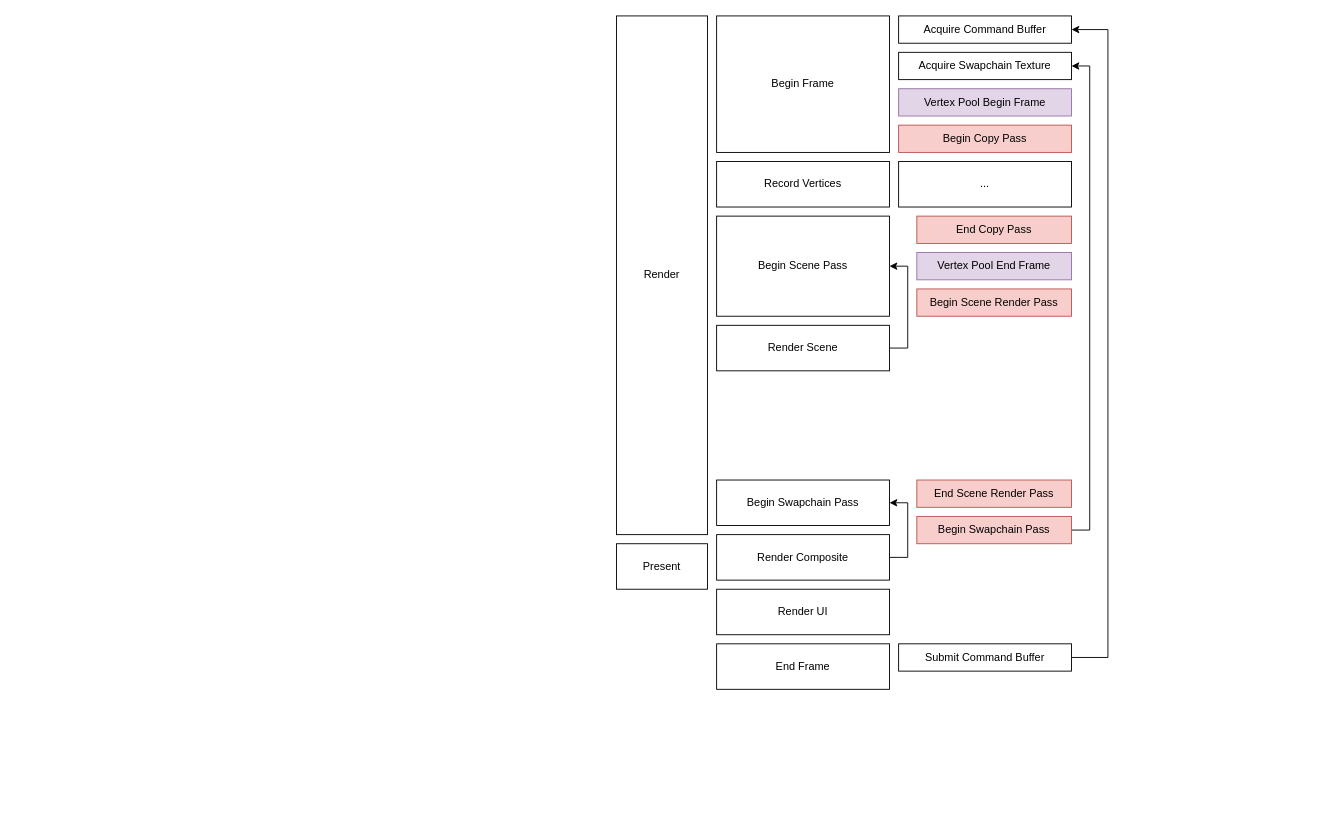
This is page "Page-3" (3 of 3) of docs/architecture.drawio from krummja/Simulacrum, a draw.io file, before an edit. Source tidied: cells renumbered, new cells numbered last; positions are measured from the earlier drawing's top-left corner, leaving out a move shared by most shapes. Both pictures are drawn from the tidied source at 91%, with x=0, y=0 at pixel (616, 15).
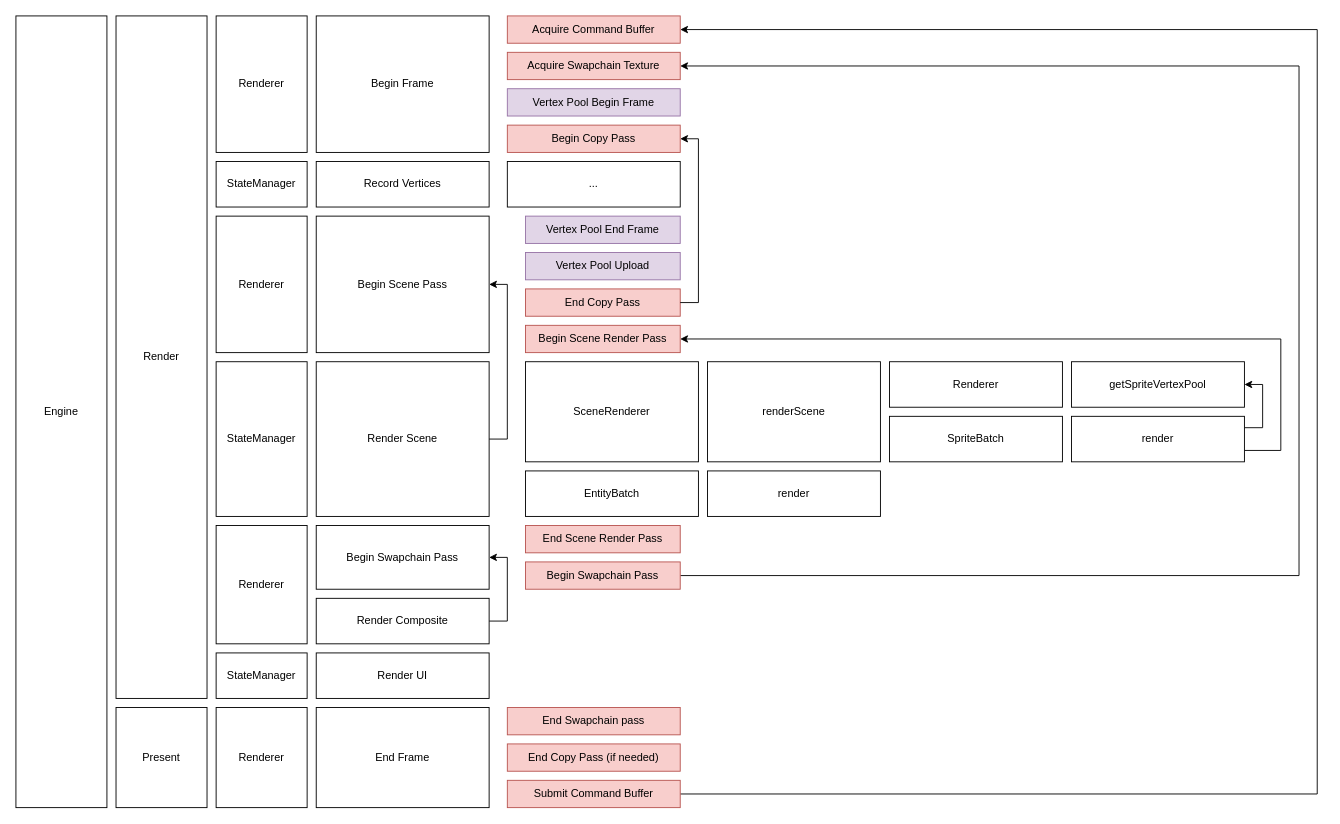
The same diagram, later.

The edit, as a diff of the source:
```diff
@@
     <mxCell id="2" value="Render" style="rounded=0;whiteSpace=wrap;html=1;strokeColor=default;align=center;verticalAlign=middle;fontFamily=Operator Mono Light;fontSize=12;fontColor=default;fillColor=default;" parent="1" vertex="1">
-      <mxGeometry width="100" height="570" as="geometry" />
+      <mxGeometry x="-550" width="100" height="750" as="geometry" />
     </mxCell>
     <mxCell id="3" value="Begin Frame" style="rounded=0;whiteSpace=wrap;html=1;strokeColor=default;align=center;verticalAlign=middle;fontFamily=Operator Mono Light;fontSize=12;fontColor=default;fillColor=default;" parent="1" vertex="1">
-      <mxGeometry x="110" width="190" height="150" as="geometry" />
+      <mxGeometry x="-330" width="190" height="150" as="geometry" />
     </mxCell>
     <mxCell id="4" value="Record Vertices" style="rounded=0;whiteSpace=wrap;html=1;strokeColor=default;align=center;verticalAlign=middle;fontFamily=Operator Mono Light;fontSize=12;fontColor=default;fillColor=default;" parent="1" vertex="1">
-      <mxGeometry x="110" y="160" width="190" height="50" as="geometry" />
+      <mxGeometry x="-330" y="160" width="190" height="50" as="geometry" />
     </mxCell>
     <mxCell id="5" value="Begin Scene Pass" style="rounded=0;whiteSpace=wrap;html=1;strokeColor=default;align=center;verticalAlign=middle;fontFamily=Operator Mono Light;fontSize=12;fontColor=default;fillColor=default;" parent="1" vertex="1">
-      <mxGeometry x="110" y="220" width="190" height="110" as="geometry" />
+      <mxGeometry x="-330" y="220" width="190" height="150" as="geometry" />
     </mxCell>
@@
     <mxCell id="7" value="Render Scene" style="rounded=0;whiteSpace=wrap;html=1;strokeColor=default;align=center;verticalAlign=middle;fontFamily=Operator Mono Light;fontSize=12;fontColor=default;fillColor=default;" parent="1" vertex="1">
-      <mxGeometry x="110" y="340" width="190" height="50" as="geometry" />
+      <mxGeometry x="-330" y="380" width="190" height="170" as="geometry" />
     </mxCell>
     <mxCell id="8" value="Begin Swapchain Pass" style="rounded=0;whiteSpace=wrap;html=1;strokeColor=default;align=center;verticalAlign=middle;fontFamily=Operator Mono Light;fontSize=12;fontColor=default;fillColor=default;" parent="1" vertex="1">
-      <mxGeometry x="110" y="510" width="190" height="50" as="geometry" />
+      <mxGeometry x="-330" y="560" width="190" height="70" as="geometry" />
     </mxCell>
@@
     <mxCell id="10" value="Render Composite" style="rounded=0;whiteSpace=wrap;html=1;strokeColor=default;align=center;verticalAlign=middle;fontFamily=Operator Mono Light;fontSize=12;fontColor=default;fillColor=default;" parent="1" vertex="1">
-      <mxGeometry x="110" y="570" width="190" height="50" as="geometry" />
+      <mxGeometry x="-330" y="640" width="190" height="50" as="geometry" />
     </mxCell>
     <mxCell id="11" value="Render UI" style="rounded=0;whiteSpace=wrap;html=1;strokeColor=default;align=center;verticalAlign=middle;fontFamily=Operator Mono Light;fontSize=12;fontColor=default;fillColor=default;" parent="1" vertex="1">
-      <mxGeometry x="110" y="630" width="190" height="50" as="geometry" />
+      <mxGeometry x="-330" y="700" width="190" height="50" as="geometry" />
     </mxCell>
     <mxCell id="12" value="End Frame" style="rounded=0;whiteSpace=wrap;html=1;strokeColor=default;align=center;verticalAlign=middle;fontFamily=Operator Mono Light;fontSize=12;fontColor=default;fillColor=default;" parent="1" vertex="1">
-      <mxGeometry x="110" y="690" width="190" height="50" as="geometry" />
+      <mxGeometry x="-330" y="760" width="190" height="110" as="geometry" />
     </mxCell>
     <mxCell id="13" value="Present" style="rounded=0;whiteSpace=wrap;html=1;strokeColor=default;align=center;verticalAlign=middle;fontFamily=Operator Mono Light;fontSize=12;fontColor=default;fillColor=default;" parent="1" vertex="1">
-      <mxGeometry y="580" width="100" height="50" as="geometry" />
+      <mxGeometry x="-550" y="760" width="100" height="110" as="geometry" />
     </mxCell>
-    <mxCell id="14" value="Acquire Command Buffer" style="rounded=0;whiteSpace=wrap;html=1;strokeColor=default;align=center;verticalAlign=middle;fontFamily=Operator Mono Light;fontSize=12;fontColor=default;fillColor=default;" parent="1" vertex="1">
-      <mxGeometry x="310" width="190" height="30" as="geometry" />
+    <mxCell id="14" value="Acquire Command Buffer" style="rounded=0;whiteSpace=wrap;html=1;strokeColor=#b85450;align=center;verticalAlign=middle;fontFamily=Operator Mono Light;fontSize=12;fillColor=#f8cecc;" parent="1" vertex="1">
+      <mxGeometry x="-120" width="190" height="30" as="geometry" />
     </mxCell>
-    <mxCell id="15" value="Acquire Swapchain Texture" style="rounded=0;whiteSpace=wrap;html=1;strokeColor=default;align=center;verticalAlign=middle;fontFamily=Operator Mono Light;fontSize=12;fontColor=default;fillColor=default;" parent="1" vertex="1">
-      <mxGeometry x="310" y="40" width="190" height="30" as="geometry" />
+    <mxCell id="15" value="Acquire Swapchain Texture" style="rounded=0;whiteSpace=wrap;html=1;strokeColor=#b85450;align=center;verticalAlign=middle;fontFamily=Operator Mono Light;fontSize=12;fillColor=#f8cecc;" parent="1" vertex="1">
+      <mxGeometry x="-120" y="40" width="190" height="30" as="geometry" />
     </mxCell>
     <mxCell id="16" value="Vertex Pool Begin Frame" style="rounded=0;whiteSpace=wrap;html=1;strokeColor=#9673a6;align=center;verticalAlign=middle;fontFamily=Operator Mono Light;fontSize=12;fillColor=#e1d5e7;" parent="1" vertex="1">
-      <mxGeometry x="310" y="80" width="190" height="30" as="geometry" />
+      <mxGeometry x="-120" y="80" width="190" height="30" as="geometry" />
     </mxCell>
     <mxCell id="17" value="Begin Copy Pass" style="rounded=0;whiteSpace=wrap;html=1;strokeColor=#b85450;align=center;verticalAlign=middle;fontFamily=Operator Mono Light;fontSize=12;fillColor=#f8cecc;" parent="1" vertex="1">
-      <mxGeometry x="310" y="120" width="190" height="30" as="geometry" />
+      <mxGeometry x="-120" y="120" width="190" height="30" as="geometry" />
     </mxCell>
     <mxCell id="18" value="End Copy Pass" style="rounded=0;whiteSpace=wrap;html=1;strokeColor=#b85450;align=center;verticalAlign=middle;fontFamily=Operator Mono Light;fontSize=12;fillColor=#f8cecc;" parent="1" vertex="1">
-      <mxGeometry x="330" y="220" width="170" height="30" as="geometry" />
+      <mxGeometry x="-100" y="300" width="170" height="30" as="geometry" />
     </mxCell>
     <mxCell id="19" value="..." style="rounded=0;whiteSpace=wrap;html=1;strokeColor=default;align=center;verticalAlign=middle;fontFamily=Operator Mono Light;fontSize=12;fontColor=default;fillColor=default;" parent="1" vertex="1">
-      <mxGeometry x="310" y="160" width="190" height="50" as="geometry" />
+      <mxGeometry x="-120" y="160" width="190" height="50" as="geometry" />
     </mxCell>
     <mxCell id="20" value="Begin Scene Render Pass" style="rounded=0;whiteSpace=wrap;html=1;strokeColor=#b85450;align=center;verticalAlign=middle;fontFamily=Operator Mono Light;fontSize=12;fillColor=#f8cecc;" parent="1" vertex="1">
-      <mxGeometry x="330" y="300" width="170" height="30" as="geometry" />
+      <mxGeometry x="-100" y="340" width="170" height="30" as="geometry" />
     </mxCell>
     <mxCell id="21" value="Vertex Pool End Frame" style="rounded=0;whiteSpace=wrap;html=1;strokeColor=#9673a6;align=center;verticalAlign=middle;fontFamily=Operator Mono Light;fontSize=12;fillColor=#e1d5e7;" parent="1" vertex="1">
-      <mxGeometry x="330" y="260" width="170" height="30" as="geometry" />
+      <mxGeometry x="-100" y="220" width="170" height="30" as="geometry" />
     </mxCell>
     <mxCell id="22" value="End Scene Render Pass" style="rounded=0;whiteSpace=wrap;html=1;strokeColor=#b85450;align=center;verticalAlign=middle;fontFamily=Operator Mono Light;fontSize=12;fillColor=#f8cecc;" parent="1" vertex="1">
-      <mxGeometry x="330" y="510" width="170" height="30" as="geometry" />
+      <mxGeometry x="-100" y="560" width="170" height="30" as="geometry" />
     </mxCell>
-    <mxCell id="23" style="edgeStyle=orthogonalEdgeStyle;shape=connector;rounded=0;jettySize=auto;html=1;entryX=1;entryY=0.5;entryDx=0;entryDy=0;strokeColor=default;align=center;verticalAlign=middle;fontFamily=Helvetica;fontSize=11;fontColor=default;labelBackgroundColor=default;elbow=vertical;endArrow=classic;" parent="1" edge="1" source="24" target="15">
+    <mxCell id="23" style="edgeStyle=orthogonalEdgeStyle;shape=connector;rounded=0;jettySize=auto;html=1;entryX=1;entryY=0.5;entryDx=0;entryDy=0;strokeColor=default;align=center;verticalAlign=middle;fontFamily=Helvetica;fontSize=11;fontColor=default;labelBackgroundColor=default;elbow=vertical;endArrow=classic;exitX=1;exitY=0.5;exitDx=0;exitDy=0;" parent="1" edge="1" source="24" target="15">
       <mxGeometry relative="1" as="geometry">
         <Array as="points">
-          <mxPoint x="520" y="565" />
-          <mxPoint x="520" y="55" />
+          <mxPoint x="750" y="615" />
+          <mxPoint x="750" y="55" />
         </Array>
       </mxGeometry>
     </mxCell>
     <mxCell id="24" value="Begin Swapchain Pass" style="rounded=0;whiteSpace=wrap;html=1;strokeColor=#b85450;align=center;verticalAlign=middle;fontFamily=Operator Mono Light;fontSize=12;fillColor=#f8cecc;" parent="1" vertex="1">
-      <mxGeometry x="330" y="550" width="170" height="30" as="geometry" />
+      <mxGeometry x="-100" y="600" width="170" height="30" as="geometry" />
     </mxCell>
     <mxCell id="25" style="edgeStyle=orthogonalEdgeStyle;shape=connector;rounded=0;jettySize=auto;html=1;entryX=1;entryY=0.5;entryDx=0;entryDy=0;strokeColor=default;align=center;verticalAlign=middle;fontFamily=Helvetica;fontSize=11;fontColor=default;labelBackgroundColor=default;elbow=vertical;endArrow=classic;exitX=1;exitY=0.5;exitDx=0;exitDy=0;" parent="1" edge="1" source="26" target="14">
       <mxGeometry relative="1" as="geometry">
         <Array as="points">
-          <mxPoint x="540" y="705" />
-          <mxPoint x="540" y="15" />
+          <mxPoint x="770" y="855" />
+          <mxPoint x="770" y="15" />
         </Array>
       </mxGeometry>
     </mxCell>
-    <mxCell id="26" value="Submit Command Buffer" style="rounded=0;whiteSpace=wrap;html=1;strokeColor=default;align=center;verticalAlign=middle;fontFamily=Operator Mono Light;fontSize=12;fontColor=default;fillColor=default;" parent="1" vertex="1">
-      <mxGeometry x="310" y="690" width="190" height="30" as="geometry" />
+    <mxCell id="26" value="Submit Command Buffer" style="rounded=0;whiteSpace=wrap;html=1;strokeColor=#b85450;align=center;verticalAlign=middle;fontFamily=Operator Mono Light;fontSize=12;fillColor=#f8cecc;" parent="1" vertex="1">
+      <mxGeometry x="-120" y="840" width="190" height="30" as="geometry" />
     </mxCell>
+    <mxCell id="27" value="Engine" style="rounded=0;whiteSpace=wrap;html=1;strokeColor=default;align=center;verticalAlign=middle;fontFamily=Operator Mono Light;fontSize=12;fontColor=default;fillColor=default;" parent="1" vertex="1">
+      <mxGeometry x="-660" width="100" height="870" as="geometry" />
+    </mxCell>
+    <mxCell id="28" value="Renderer" style="rounded=0;whiteSpace=wrap;html=1;strokeColor=default;align=center;verticalAlign=middle;fontFamily=Operator Mono Light;fontSize=12;fontColor=default;fillColor=default;" parent="1" vertex="1">
+      <mxGeometry x="-440" width="100" height="150" as="geometry" />
+    </mxCell>
+    <mxCell id="29" style="edgeStyle=orthogonalEdgeStyle;rounded=0;jettySize=auto;html=1;entryX=1;entryY=0.5;entryDx=0;entryDy=0;exitX=1;exitY=0.5;exitDx=0;exitDy=0;" parent="1" edge="1" source="18" target="17">
+      <mxGeometry relative="1" as="geometry" />
+    </mxCell>
+    <mxCell id="30" value="Vertex Pool Upload" style="rounded=0;whiteSpace=wrap;html=1;strokeColor=#9673a6;align=center;verticalAlign=middle;fontFamily=Operator Mono Light;fontSize=12;fillColor=#e1d5e7;" parent="1" vertex="1">
+      <mxGeometry x="-100" y="260" width="170" height="30" as="geometry" />
+    </mxCell>
+    <mxCell id="31" value="StateManager" style="rounded=0;whiteSpace=wrap;html=1;strokeColor=default;align=center;verticalAlign=middle;fontFamily=Operator Mono Light;fontSize=12;fontColor=default;fillColor=default;" parent="1" vertex="1">
+      <mxGeometry x="-440" y="160" width="100" height="50" as="geometry" />
+    </mxCell>
+    <mxCell id="32" value="Renderer" style="rounded=0;whiteSpace=wrap;html=1;strokeColor=default;align=center;verticalAlign=middle;fontFamily=Operator Mono Light;fontSize=12;fontColor=default;fillColor=default;" parent="1" vertex="1">
+      <mxGeometry x="-440" y="220" width="100" height="150" as="geometry" />
+    </mxCell>
+    <mxCell id="33" value="StateManager" style="rounded=0;whiteSpace=wrap;html=1;strokeColor=default;align=center;verticalAlign=middle;fontFamily=Operator Mono Light;fontSize=12;fontColor=default;fillColor=default;" parent="1" vertex="1">
+      <mxGeometry x="-440" y="380" width="100" height="170" as="geometry" />
+    </mxCell>
+    <mxCell id="34" value="Renderer" style="rounded=0;whiteSpace=wrap;html=1;strokeColor=default;align=center;verticalAlign=middle;fontFamily=Operator Mono Light;fontSize=12;fontColor=default;fillColor=default;" parent="1" vertex="1">
+      <mxGeometry x="-440" y="560" width="100" height="130" as="geometry" />
+    </mxCell>
+    <mxCell id="35" value="StateManager" style="rounded=0;whiteSpace=wrap;html=1;strokeColor=default;align=center;verticalAlign=middle;fontFamily=Operator Mono Light;fontSize=12;fontColor=default;fillColor=default;" parent="1" vertex="1">
+      <mxGeometry x="-440" y="700" width="100" height="50" as="geometry" />
+    </mxCell>
+    <mxCell id="36" value="Renderer" style="rounded=0;whiteSpace=wrap;html=1;strokeColor=default;align=center;verticalAlign=middle;fontFamily=Operator Mono Light;fontSize=12;fontColor=default;fillColor=default;" parent="1" vertex="1">
+      <mxGeometry x="-440" y="760" width="100" height="110" as="geometry" />
+    </mxCell>
+    <mxCell id="37" value="SceneRenderer" style="rounded=0;whiteSpace=wrap;html=1;strokeColor=default;align=center;verticalAlign=middle;fontFamily=Operator Mono Light;fontSize=12;fontColor=default;fillColor=default;" parent="1" vertex="1">
+      <mxGeometry x="-100" y="380" width="190" height="110" as="geometry" />
+    </mxCell>
+    <mxCell id="38" value="renderScene" style="rounded=0;whiteSpace=wrap;html=1;strokeColor=default;align=center;verticalAlign=middle;fontFamily=Operator Mono Light;fontSize=12;fontColor=default;fillColor=default;" parent="1" vertex="1">
+      <mxGeometry x="100" y="380" width="190" height="110" as="geometry" />
+    </mxCell>
+    <mxCell id="39" value="EntityBatch" style="rounded=0;whiteSpace=wrap;html=1;strokeColor=default;align=center;verticalAlign=middle;fontFamily=Operator Mono Light;fontSize=12;fontColor=default;fillColor=default;" parent="1" vertex="1">
+      <mxGeometry x="-100" y="500" width="190" height="50" as="geometry" />
+    </mxCell>
+    <mxCell id="40" value="render" style="rounded=0;whiteSpace=wrap;html=1;strokeColor=default;align=center;verticalAlign=middle;fontFamily=Operator Mono Light;fontSize=12;fontColor=default;fillColor=default;" parent="1" vertex="1">
+      <mxGeometry x="100" y="500" width="190" height="50" as="geometry" />
+    </mxCell>
+    <mxCell id="41" value="SpriteBatch" style="rounded=0;whiteSpace=wrap;html=1;strokeColor=default;align=center;verticalAlign=middle;fontFamily=Operator Mono Light;fontSize=12;fontColor=default;fillColor=default;" parent="1" vertex="1">
+      <mxGeometry x="300" y="440" width="190" height="50" as="geometry" />
+    </mxCell>
+    <mxCell id="42" style="edgeStyle=orthogonalEdgeStyle;rounded=0;jettySize=auto;html=1;entryX=1;entryY=0.5;entryDx=0;entryDy=0;exitX=1;exitY=0.25;exitDx=0;exitDy=0;" parent="1" edge="1" source="44" target="46">
+      <mxGeometry relative="1" as="geometry" />
+    </mxCell>
+    <mxCell id="43" style="edgeStyle=orthogonalEdgeStyle;rounded=0;jettySize=auto;html=1;entryX=1;entryY=0.5;entryDx=0;entryDy=0;exitX=1;exitY=0.75;exitDx=0;exitDy=0;" parent="1" edge="1" source="44" target="20">
+      <mxGeometry relative="1" as="geometry">
+        <Array as="points">
+          <mxPoint x="730" y="477" />
+          <mxPoint x="730" y="355" />
+        </Array>
+      </mxGeometry>
+    </mxCell>
+    <mxCell id="44" value="render" style="rounded=0;whiteSpace=wrap;html=1;strokeColor=default;align=center;verticalAlign=middle;fontFamily=Operator Mono Light;fontSize=12;fontColor=default;fillColor=default;" parent="1" vertex="1">
+      <mxGeometry x="500" y="440" width="190" height="50" as="geometry" />
+    </mxCell>
+    <mxCell id="45" value="Renderer" style="rounded=0;whiteSpace=wrap;html=1;strokeColor=default;align=center;verticalAlign=middle;fontFamily=Operator Mono Light;fontSize=12;fontColor=default;fillColor=default;" parent="1" vertex="1">
+      <mxGeometry x="300" y="380" width="190" height="50" as="geometry" />
+    </mxCell>
+    <mxCell id="46" value="getSpriteVertexPool" style="rounded=0;whiteSpace=wrap;html=1;strokeColor=default;align=center;verticalAlign=middle;fontFamily=Operator Mono Light;fontSize=12;fontColor=default;fillColor=default;" parent="1" vertex="1">
+      <mxGeometry x="500" y="380" width="190" height="50" as="geometry" />
+    </mxCell>
+    <mxCell id="47" value="End Swapchain pass" style="rounded=0;whiteSpace=wrap;html=1;strokeColor=#b85450;align=center;verticalAlign=middle;fontFamily=Operator Mono Light;fontSize=12;fillColor=#f8cecc;" parent="1" vertex="1">
+      <mxGeometry x="-120" y="760" width="190" height="30" as="geometry" />
+    </mxCell>
+    <mxCell id="48" value="End Copy Pass (if needed)" style="rounded=0;whiteSpace=wrap;html=1;strokeColor=#b85450;align=center;verticalAlign=middle;fontFamily=Operator Mono Light;fontSize=12;fillColor=#f8cecc;" parent="1" vertex="1">
+      <mxGeometry x="-120" y="800" width="190" height="30" as="geometry" />
+    </mxCell>
```
